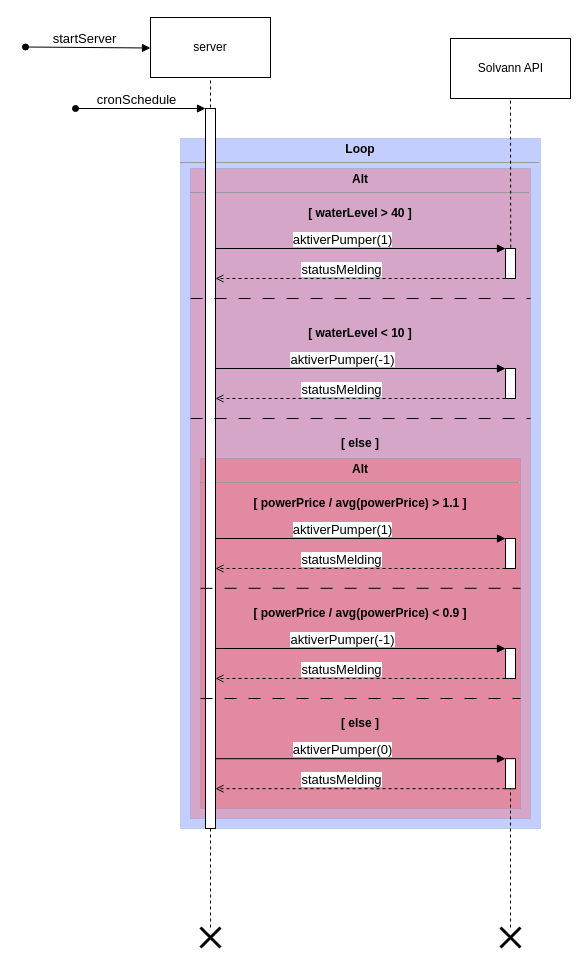
Before: page "Sekvensdiagram" (3 of 4) of UML.drawio in USN-Gjengen/APP2000_Gruppe06_Solvann-Driftsystem, a draw.io diagram. Source tidied: cells renumbered, new cells numbered last; positions are measured from the earlier drawing's top-left corner, leaving out a move shared by most shapes. Both pictures are drawn from the tidied source at 100%, with x=0, y=0 at pixel (25, 17).
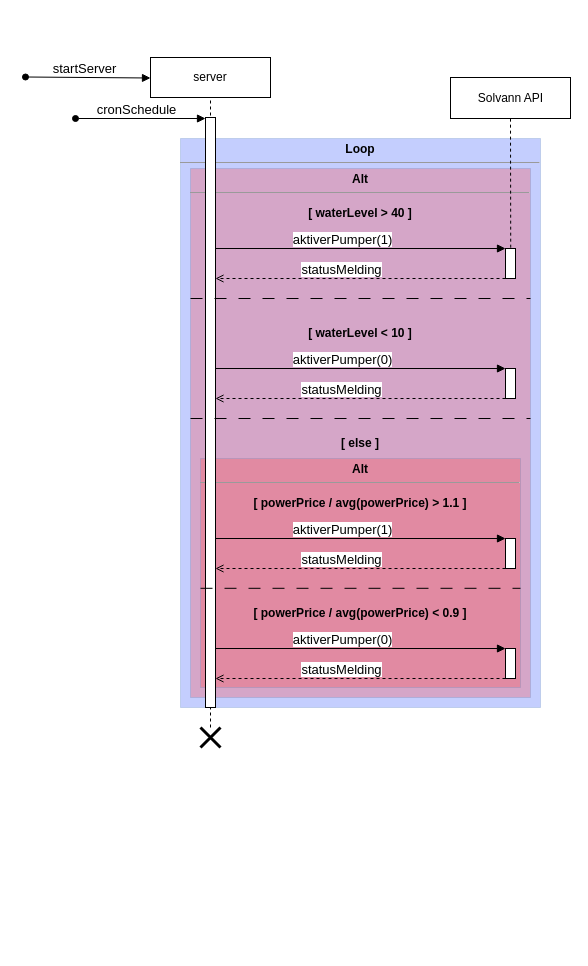
Above is the later version.

Unchanged cells that the change refers to:
```xml
<mxCell id="23" style="endArrow=block;html=1;rounded=0;fontSize=13;endFill=1;entryX=0;entryY=0;entryDx=0;entryDy=0;" parent="1" edge="1" target="25">
  <mxGeometry relative="1" as="geometry">
    <mxPoint x="190" y="351" as="sourcePoint" />
  </mxGeometry>
</mxCell>
<mxCell id="40" style="endArrow=block;html=1;rounded=0;fontSize=13;endFill=1;entryX=0;entryY=0;entryDx=0;entryDy=0;" parent="1" edge="1" target="42">
  <mxGeometry relative="1" as="geometry">
    <mxPoint x="190" y="631" as="sourcePoint" />
  </mxGeometry>
</mxCell>
```

Diff of the diagram source:
```diff
@@
     <mxCell id="2" value="&lt;p style=&quot;margin:0px;margin-top:4px;text-align:center;&quot;&gt;&lt;b&gt;Loop&lt;/b&gt;&lt;/p&gt;&lt;hr size=&quot;1&quot;&gt;&lt;div style=&quot;height:2px;&quot;&gt;&lt;/div&gt;" style="verticalAlign=top;align=left;overflow=fill;fontSize=12;fontFamily=Helvetica;html=1;shadow=0;sketch=0;fillColor=#3C5CFC;strokeColor=#6c8ebf;opacity=30;" parent="1" vertex="1">
-      <mxGeometry x="155" y="121" width="360" height="690" as="geometry" />
+      <mxGeometry x="155" y="121" width="360" height="569" as="geometry" />
     </mxCell>
     <mxCell id="3" value="&lt;p style=&quot;margin: 4px 0px 0px; text-align: center;&quot;&gt;&lt;b style=&quot;&quot;&gt;&lt;font style=&quot;font-size: 12px;&quot;&gt;Alt&lt;/font&gt;&lt;/b&gt;&lt;/p&gt;&lt;hr style=&quot;&quot; size=&quot;1&quot;&gt;&lt;div style=&quot;height: 2px; line-height: 120%;&quot;&gt;&lt;br&gt;&lt;/div&gt;" style="verticalAlign=top;align=left;overflow=fill;fontSize=12;fontFamily=Helvetica;html=1;shadow=0;sketch=0;fillColor=#FC4949;strokeColor=#6c8ebf;opacity=30;" parent="1" vertex="1">
-      <mxGeometry x="165" y="151" width="340" height="650" as="geometry" />
+      <mxGeometry x="165" y="151" width="340" height="529" as="geometry" />
     </mxCell>
@@
     <mxCell id="5" value="&lt;p style=&quot;margin: 4px 0px 0px; text-align: center;&quot;&gt;&lt;b style=&quot;&quot;&gt;&lt;font style=&quot;font-size: 12px;&quot;&gt;Alt&lt;/font&gt;&lt;/b&gt;&lt;/p&gt;&lt;hr style=&quot;&quot; size=&quot;1&quot;&gt;&lt;div style=&quot;height: 2px; line-height: 120%;&quot;&gt;&lt;br&gt;&lt;/div&gt;" style="verticalAlign=top;align=left;overflow=fill;fontSize=12;fontFamily=Helvetica;html=1;shadow=0;sketch=0;fillColor=#FC4949;strokeColor=#6c8ebf;opacity=30;" parent="1" vertex="1">
-      <mxGeometry x="175" y="441" width="320" height="350" as="geometry" />
+      <mxGeometry x="175" y="441" width="320" height="229" as="geometry" />
     </mxCell>
     <mxCell id="6" value="server" style="rounded=0;whiteSpace=wrap;html=1;" parent="1" vertex="1">
-      <mxGeometry x="125" width="120" height="60" as="geometry" />
+      <mxGeometry x="125" y="40" width="120" height="40" as="geometry" />
     </mxCell>
     <mxCell id="7" style="endArrow=none;dashed=1;html=1;rounded=0;startArrow=none;entryX=0.5;entryY=1;entryDx=0;entryDy=0;" parent="1" edge="1" target="6">
       <mxGeometry relative="1" as="geometry">
-        <mxPoint x="185" y="90" as="sourcePoint" />
+        <mxPoint x="185" y="110" as="sourcePoint" />
       </mxGeometry>
     </mxCell>
     <mxCell id="8" value="Solvann API" style="html=1;" parent="1" vertex="1">
-      <mxGeometry x="425" y="21" width="120" height="60" as="geometry" />
+      <mxGeometry x="425" y="60" width="120" height="41" as="geometry" />
     </mxCell>
@@
     <mxCell id="14" style="endArrow=block;html=1;rounded=0;fontSize=13;endFill=1;startArrow=oval;startFill=1;entryX=0;entryY=0;entryDx=0;entryDy=0;" parent="1" edge="1">
       <mxGeometry relative="1" as="geometry">
-        <mxPoint y="29.5" as="sourcePoint" />
-        <mxPoint x="125" y="30.5" as="targetPoint" />
+        <mxPoint y="59.5" as="sourcePoint" />
+        <mxPoint x="125" y="60.5" as="targetPoint" />
       </mxGeometry>
     </mxCell>
@@
-    <mxCell id="16" style="shape=umlDestroy;whiteSpace=wrap;html=1;strokeWidth=3;targetShapes=umlLifeline;" parent="1" vertex="1">
-      <mxGeometry x="475" y="910" width="20" height="20" as="geometry" />
-    </mxCell>
     <mxCell id="17" style="shape=umlDestroy;whiteSpace=wrap;html=1;strokeWidth=3;targetShapes=umlLifeline;" parent="1" vertex="1">
-      <mxGeometry x="175" y="910" width="20" height="20" as="geometry" />
+      <mxGeometry x="175" y="710" width="20" height="20" as="geometry" />
     </mxCell>
@@
     <mxCell id="19" style="rounded=0;whiteSpace=wrap;html=1;" parent="1" vertex="1">
-      <mxGeometry x="180" y="91" width="10" height="720" as="geometry" />
+      <mxGeometry x="180" y="100" width="10" height="590" as="geometry" />
     </mxCell>
@@
-    <mxCell id="24" value="aktiverPumper(-1)" style="edgeLabel;html=1;align=center;verticalAlign=middle;fontSize=13;" parent="23" vertex="1">
+    <mxCell id="24" value="aktiverPumper(0)" style="edgeLabel;html=1;align=center;verticalAlign=middle;fontSize=13;" parent="23" vertex="1">
       <mxGeometry x="0.13" y="3" relative="1" as="geometry">
         <mxPoint x="-38" y="-7" as="offset" />
       </mxGeometry>
     </mxCell>
@@
-    <mxCell id="41" value="aktiverPumper(-1)" style="edgeLabel;html=1;align=center;verticalAlign=middle;fontSize=13;" parent="40" vertex="1">
+    <mxCell id="41" value="aktiverPumper(0)" style="edgeLabel;html=1;align=center;verticalAlign=middle;fontSize=13;" parent="40" vertex="1">
       <mxGeometry x="0.13" y="3" relative="1" as="geometry">
         <mxPoint x="-38" y="-7" as="offset" />
       </mxGeometry>
     </mxCell>
@@
-    <mxCell id="43" style="endArrow=none;dashed=1;html=1;rounded=0;fontSize=12;exitX=-0.001;exitY=0.366;exitDx=0;exitDy=0;exitPerimeter=0;dashPattern=12 12;" parent="1" edge="1">
-      <mxGeometry relative="1" as="geometry">
-        <mxPoint x="175" y="681" as="sourcePoint" />
-        <mxPoint x="495" y="681" as="targetPoint" />
-      </mxGeometry>
-    </mxCell>
-    <mxCell id="44" value="&lt;b&gt;[ else ]&lt;/b&gt;" style="text;html=1;strokeColor=none;fillColor=none;align=center;verticalAlign=middle;whiteSpace=wrap;rounded=0;fontSize=12;" parent="1" vertex="1">
-      <mxGeometry x="185" y="691.2" width="300" height="30" as="geometry" />
-    </mxCell>
-    <mxCell id="45" style="endArrow=open;html=1;rounded=0;dashed=1;fontSize=14;endFill=0;exitX=0;exitY=1;exitDx=0;exitDy=0;" parent="1" edge="1" source="49">
-      <mxGeometry relative="1" as="geometry">
-        <mxPoint x="190" y="771.2" as="targetPoint" />
-      </mxGeometry>
-    </mxCell>
-    <mxCell id="46" value="statusMelding" style="edgeLabel;html=1;align=center;verticalAlign=middle;fontSize=13;" parent="45" vertex="1">
-      <mxGeometry x="-0.33" y="-2" relative="1" as="geometry">
-        <mxPoint x="-68" y="-8" as="offset" />
-      </mxGeometry>
-    </mxCell>
-    <mxCell id="47" style="endArrow=block;html=1;rounded=0;fontSize=13;endFill=1;entryX=0;entryY=0;entryDx=0;entryDy=0;" parent="1" edge="1" target="49">
-      <mxGeometry relative="1" as="geometry">
-        <mxPoint x="190" y="741.2" as="sourcePoint" />
-      </mxGeometry>
-    </mxCell>
-    <mxCell id="48" value="aktiverPumper(0)" style="edgeLabel;html=1;align=center;verticalAlign=middle;fontSize=13;" parent="47" vertex="1">
-      <mxGeometry x="0.13" y="3" relative="1" as="geometry">
-        <mxPoint x="-38" y="-7" as="offset" />
-      </mxGeometry>
-    </mxCell>
-    <mxCell id="49" style="rounded=0;whiteSpace=wrap;html=1;" parent="1" vertex="1">
-      <mxGeometry x="480" y="741.2" width="10" height="30" as="geometry" />
-    </mxCell>
     <mxCell id="50" style="endArrow=block;html=1;rounded=0;fontSize=13;endFill=1;startArrow=oval;startFill=1;" parent="1" edge="1">
       <mxGeometry relative="1" as="geometry">
-        <mxPoint x="50" y="91" as="sourcePoint" />
-        <mxPoint x="180" y="91" as="targetPoint" />
+        <mxPoint x="50" y="101" as="sourcePoint" />
+        <mxPoint x="180" y="101" as="targetPoint" />
       </mxGeometry>
     </mxCell>
@@
-    <mxCell id="52" style="endArrow=none;dashed=1;html=1;rounded=0;" parent="1" edge="1" source="16" target="49">
-      <mxGeometry relative="1" as="geometry" />
-    </mxCell>
```
